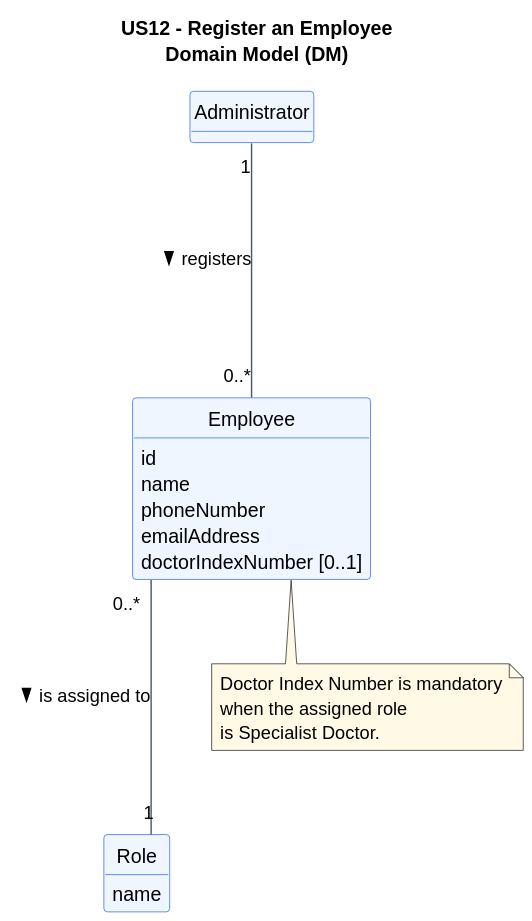
jmaia574/leti-esoft-26-27-B6 keeps this PlantUML diagram as docs/system-documentation/US12/svg/US12-DM.svg. Above is the earlier version.
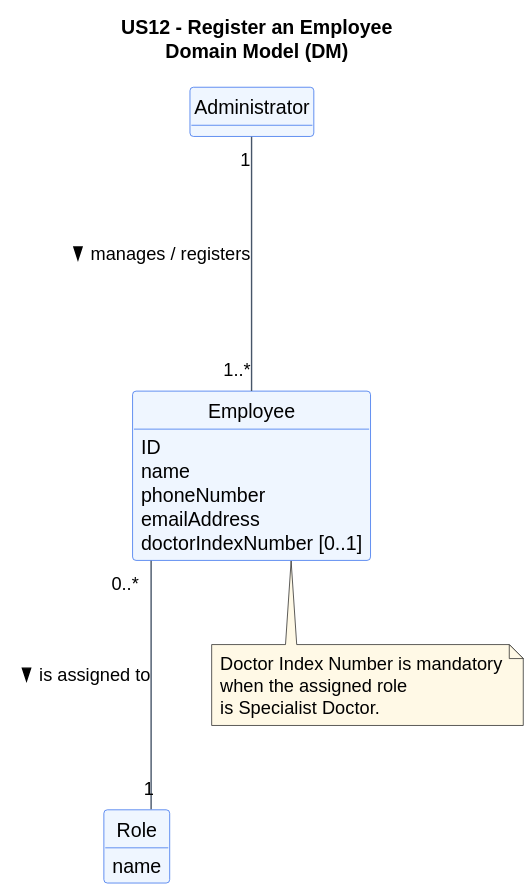
Later version of the same file.

What changed in the source:
```diff
@@ -16,7 +16,7 @@
 class Administrator
 
 class Employee {
-    id
+    ID
     name
     phoneNumber
     emailAddress
@@ -27,7 +27,7 @@
     name
 }
 
-Administrator "1" ---- "0..*" Employee : registers >
+Administrator "1" ---- "1..*" Employee : manages / registers >
 Employee "0..*" --- "1" Role : is assigned to >
 
 note bottom of Employee
```
